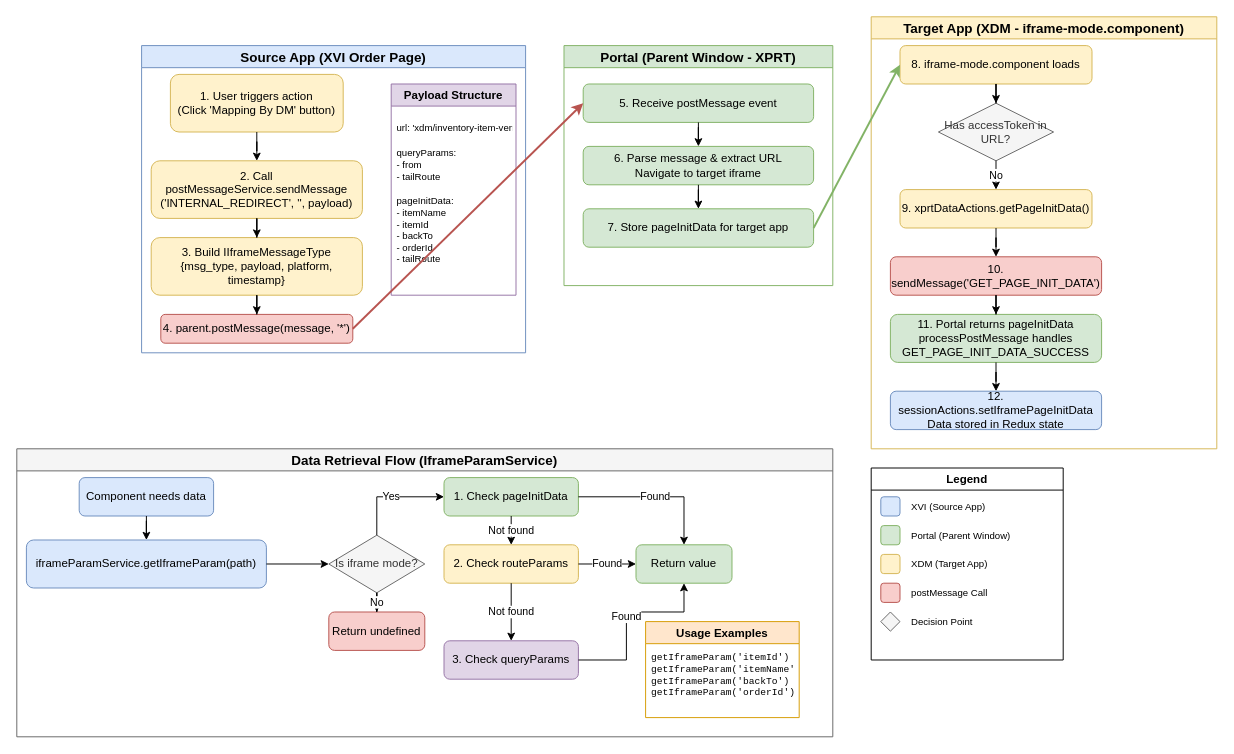
Above: Portal-Internal-Redirect.drawio in SmileSB1O1/draw-active (draw.io), before the change. Source tidied: cells renumbered, new cells numbered last; positions are measured from the earlier drawing's top-left corner, leaving out a move shared by most shapes. Both pictures are drawn from the tidied source at 96%, with x=0, y=0 at pixel (16, 16).
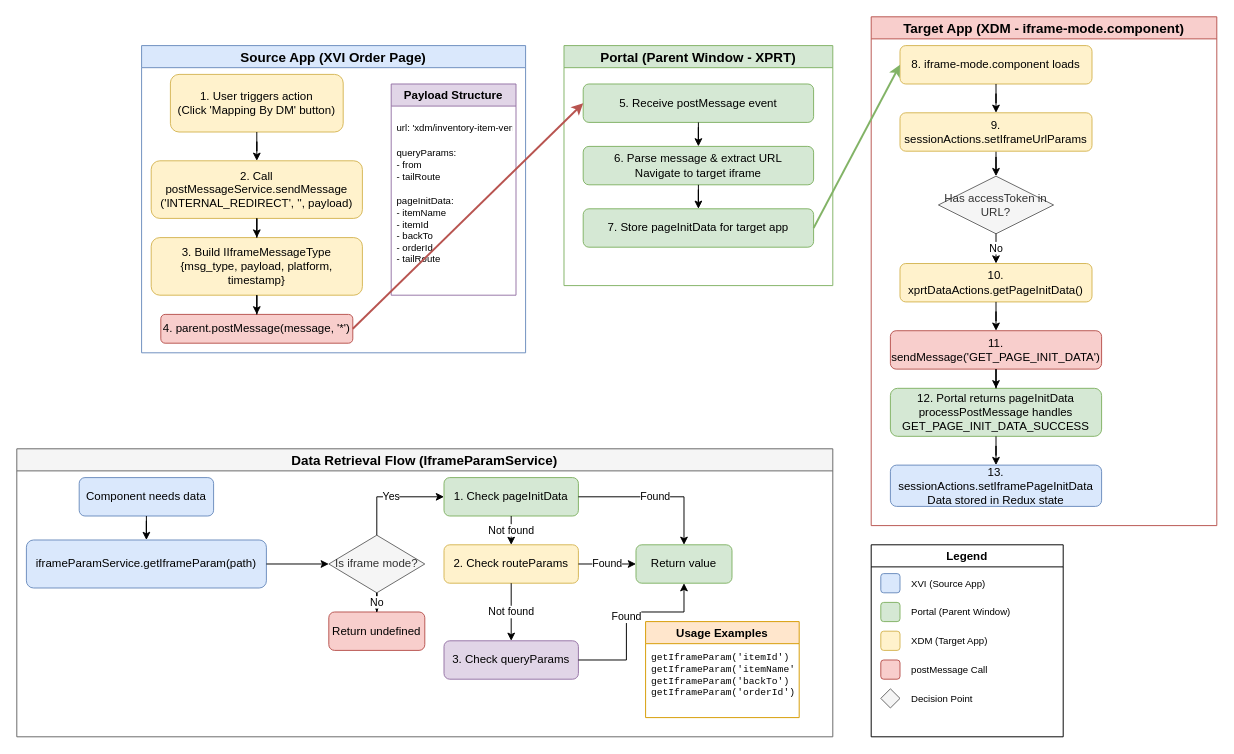
Above is the later version.

The change refers to these unchanged cells:
```xml
<mxCell id="21" value="8. iframe-mode.component loads" style="rounded=1;whiteSpace=wrap;html=1;fillColor=#fff2cc;strokeColor=#d6b656;" parent="20" vertex="1">
  <mxGeometry x="30" y="30" width="200" height="40" as="geometry" />
</mxCell>
```

The edit, as a diff of the source:
```diff
@@
-    <mxCell id="20" value="Target App (XDM - iframe-mode.component)" style="swimlane;fillColor=#fff2cc;strokeColor=#d6b656;fontStyle=1;fontSize=14;" parent="1" vertex="1">
-      <mxGeometry x="890" width="360" height="450" as="geometry" />
+    <mxCell id="20" value="Target App (XDM - iframe-mode.component)" style="swimlane;fillColor=#f8cecc;strokeColor=#b85450;fontStyle=1;fontSize=14;" parent="1" vertex="1">
+      <mxGeometry x="890" width="360" height="530" as="geometry" />
     </mxCell>
@@
     <mxCell id="22" value="Has accessToken in URL?" style="rhombus;whiteSpace=wrap;html=1;fillColor=#f5f5f5;strokeColor=#666666;fontColor=#333333;" parent="20" vertex="1">
-      <mxGeometry x="70" y="90" width="120" height="60" as="geometry" />
+      <mxGeometry x="70" y="166" width="120" height="60" as="geometry" />
     </mxCell>
-    <mxCell id="23" value="9. xprtDataActions.getPageInitData()" style="rounded=1;whiteSpace=wrap;html=1;fillColor=#fff2cc;strokeColor=#d6b656;" parent="20" vertex="1">
-      <mxGeometry x="30" y="180" width="200" height="40" as="geometry" />
+    <mxCell id="23" value="10. xprtDataActions.getPageInitData()" style="rounded=1;whiteSpace=wrap;html=1;fillColor=#fff2cc;strokeColor=#d6b656;" parent="20" vertex="1">
+      <mxGeometry x="30" y="257" width="200" height="40" as="geometry" />
     </mxCell>
-    <mxCell id="24" value="10. sendMessage('GET_PAGE_INIT_DATA')" style="rounded=1;whiteSpace=wrap;html=1;fillColor=#f8cecc;strokeColor=#b85450;" parent="20" vertex="1">
-      <mxGeometry x="20" y="250" width="220" height="40" as="geometry" />
+    <mxCell id="24" value="11. sendMessage('GET_PAGE_INIT_DATA')" style="rounded=1;whiteSpace=wrap;html=1;fillColor=#f8cecc;strokeColor=#b85450;" parent="20" vertex="1">
+      <mxGeometry x="20" y="327" width="220" height="40" as="geometry" />
     </mxCell>
-    <mxCell id="25" value="11. Portal returns pageInitData&#10;processPostMessage handles&#10;GET_PAGE_INIT_DATA_SUCCESS" style="rounded=1;whiteSpace=wrap;html=1;fillColor=#d5e8d4;strokeColor=#82b366;" parent="20" vertex="1">
-      <mxGeometry x="20" y="310" width="220" height="50" as="geometry" />
+    <mxCell id="25" value="12. Portal returns pageInitData&lt;br&gt;processPostMessage handles&lt;br&gt;GET_PAGE_INIT_DATA_SUCCESS" style="rounded=1;whiteSpace=wrap;html=1;fillColor=#d5e8d4;strokeColor=#82b366;" parent="20" vertex="1">
+      <mxGeometry x="20" y="387" width="220" height="50" as="geometry" />
     </mxCell>
-    <mxCell id="26" value="12. sessionActions.setIframePageInitData&#10;Data stored in Redux state" style="rounded=1;whiteSpace=wrap;html=1;fillColor=#dae8fc;strokeColor=#6c8ebf;" parent="20" vertex="1">
-      <mxGeometry x="20" y="390" width="220" height="40" as="geometry" />
+    <mxCell id="26" value="13. sessionActions.setIframePageInitData&lt;br&gt;Data stored in Redux state" style="rounded=1;whiteSpace=wrap;html=1;fillColor=#dae8fc;strokeColor=#6c8ebf;" parent="20" vertex="1">
+      <mxGeometry x="20" y="467" width="220" height="43" as="geometry" />
     </mxCell>
-    <mxCell id="27" style="edgeStyle=orthogonalEdgeStyle;rounded=0;jettySize=auto;html=1;" parent="20" edge="1" source="21" target="22">
-      <mxGeometry relative="1" as="geometry" />
-    </mxCell>
@@
+    <mxCell id="65" style="edgeStyle=orthogonalEdgeStyle;rounded=0;jettySize=auto;html=1;exitX=0.5;exitY=1;exitDx=0;exitDy=0;" parent="20" edge="1" source="66" target="22">
+      <mxGeometry relative="1" as="geometry" />
+    </mxCell>
+    <mxCell id="66" value="9. sessionActions.setIframeUrlParams" style="rounded=1;whiteSpace=wrap;html=1;fillColor=#fff2cc;strokeColor=#d6b656;" parent="20" vertex="1">
+      <mxGeometry x="30" y="100" width="200" height="40" as="geometry" />
+    </mxCell>
+    <mxCell id="27" style="edgeStyle=orthogonalEdgeStyle;rounded=0;jettySize=auto;html=1;entryX=0.5;entryY=0;entryDx=0;entryDy=0;" parent="20" edge="1" source="21" target="66">
+      <mxGeometry relative="1" as="geometry" />
+    </mxCell>
@@
     <mxCell id="54" value="Legend" style="swimlane;fillColor=#ffffff;strokeColor=#000000;fontStyle=1;fontSize=12;" parent="1" vertex="1">
-      <mxGeometry x="890" y="470" width="200" height="200" as="geometry" />
+      <mxGeometry x="890" y="550" width="200" height="200" as="geometry" />
     </mxCell>
```
